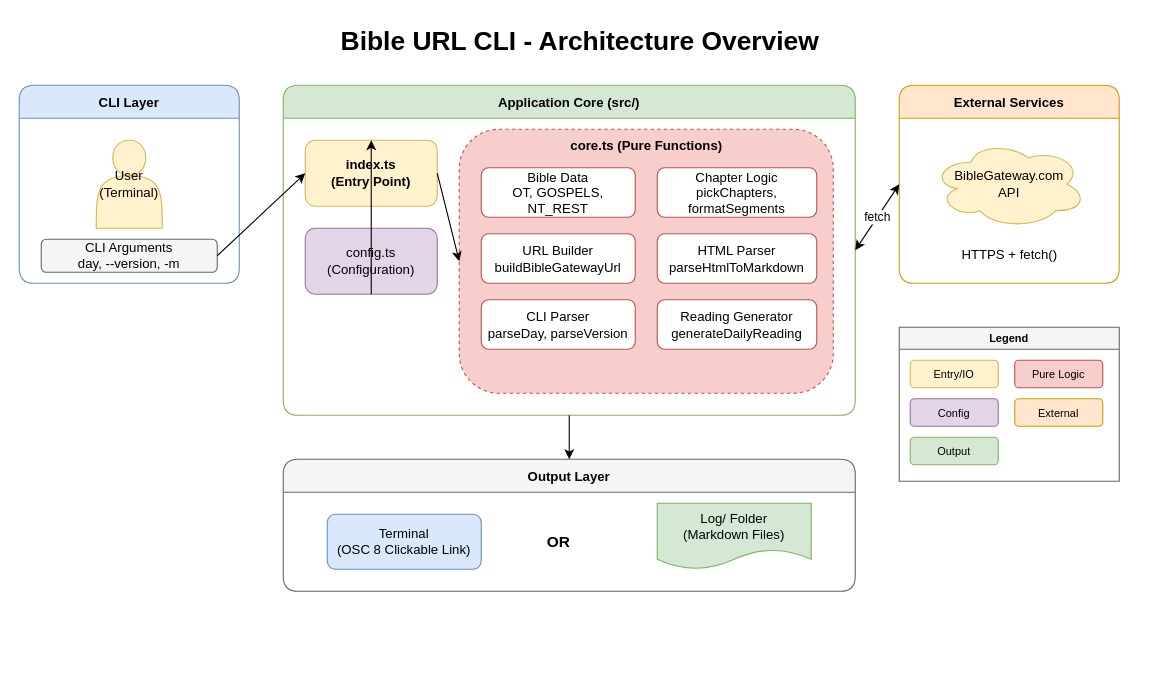
The draw.io diagram docs/architecture-overview.drawio in AshwinJGitHub/bible-url-cli, before the edit. Source tidied: cells renumbered, new cells numbered last; positions are measured from the earlier drawing's top-left corner, leaving out a move shared by most shapes. Both pictures are drawn from the tidied source at 110%, with x=0, y=0 at pixel (19, 19).
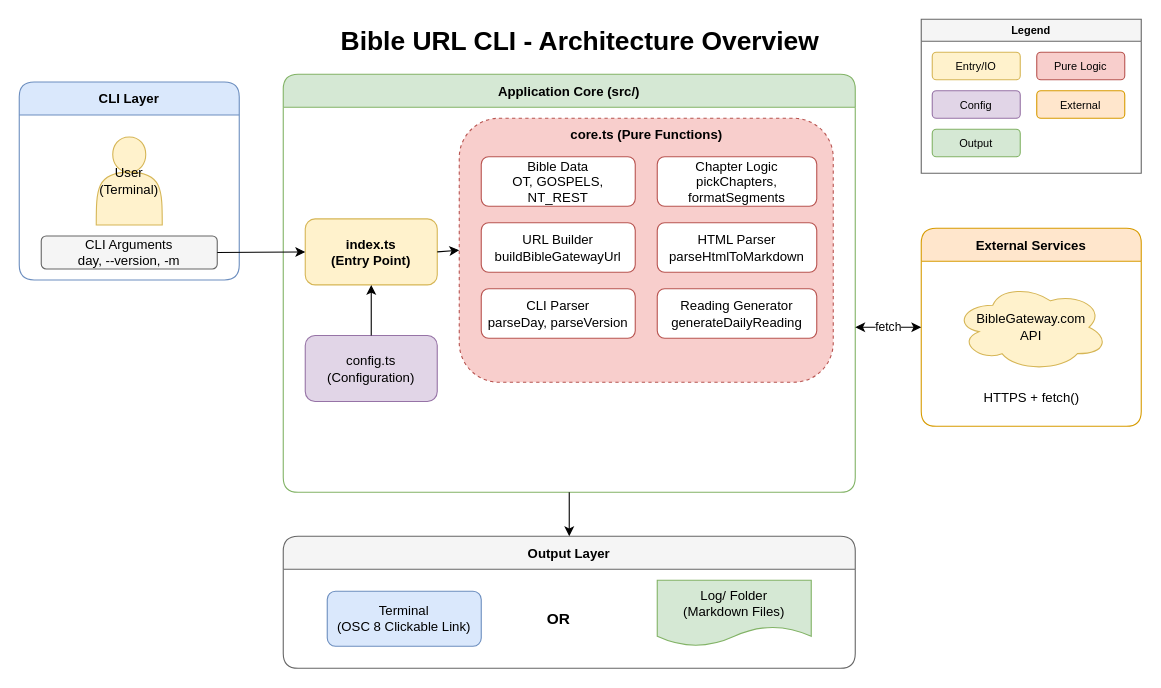
Above is the later version.

The edit, as a diff of the source:
```diff
@@
     <mxCell id="3" value="CLI Layer" style="swimlane;horizontal=1;startSize=30;fillColor=#dae8fc;strokeColor=#6c8ebf;rounded=1;" parent="1" vertex="1">
-      <mxGeometry y="60" width="200" height="180" as="geometry" />
+      <mxGeometry y="57" width="200" height="180" as="geometry" />
     </mxCell>
@@
     <mxCell id="6" value="Application Core (src/)" style="swimlane;horizontal=1;startSize=30;fillColor=#d5e8d4;strokeColor=#82b366;rounded=1;" parent="1" vertex="1">
-      <mxGeometry x="240" y="60" width="520" height="300" as="geometry" />
+      <mxGeometry x="240" y="50" width="520" height="380" as="geometry" />
     </mxCell>
     <mxCell id="7" value="index.ts&#10;(Entry Point)" style="rounded=1;whiteSpace=wrap;html=1;fillColor=#fff2cc;strokeColor=#d6b656;fontStyle=1;" parent="6" vertex="1">
-      <mxGeometry x="20" y="50" width="120" height="60" as="geometry" />
+      <mxGeometry x="20" y="131.5" width="120" height="60" as="geometry" />
     </mxCell>
     <mxCell id="8" value="config.ts&#10;(Configuration)" style="rounded=1;whiteSpace=wrap;html=1;fillColor=#e1d5e7;strokeColor=#9673a6;" parent="6" vertex="1">
-      <mxGeometry x="20" y="130" width="120" height="60" as="geometry" />
+      <mxGeometry x="20" y="237.5" width="120" height="60" as="geometry" />
     </mxCell>
@@
+    <mxCell id="26" style="endArrow=classic;html=1;exitX=0.5;exitY=0;exitDx=0;exitDy=0;entryX=0.5;entryY=1;entryDx=0;entryDy=0;" parent="6" edge="1" source="8" target="7">
+      <mxGeometry relative="1" as="geometry" />
+    </mxCell>
     <mxCell id="17" value="External Services" style="swimlane;horizontal=1;startSize=30;fillColor=#ffe6cc;strokeColor=#d79b00;rounded=1;" parent="1" vertex="1">
-      <mxGeometry x="800" y="60" width="200" height="180" as="geometry" />
+      <mxGeometry x="820" y="190" width="200" height="180" as="geometry" />
     </mxCell>
@@
     <mxCell id="20" value="Output Layer" style="swimlane;horizontal=1;startSize=30;fillColor=#f5f5f5;strokeColor=#666666;rounded=1;" parent="1" vertex="1">
-      <mxGeometry x="240" y="400" width="520" height="120" as="geometry" />
+      <mxGeometry x="240" y="470" width="520" height="120" as="geometry" />
     </mxCell>
@@
-    <mxCell id="26" style="endArrow=classic;html=1;exitX=0.5;exitY=1;entryX=0.5;entryY=0;" parent="1" edge="1" source="8" target="7">
-      <mxGeometry relative="1" as="geometry" />
-    </mxCell>
-    <mxCell id="27" value="fetch" style="endArrow=classic;startArrow=classic;html=1;exitX=1;exitY=0.5;entryX=0;entryY=0.5;" parent="1" edge="1">
+    <mxCell id="27" value="fetch" style="endArrow=classic;startArrow=classic;html=1;exitX=1;exitY=0.5;entryX=0;entryY=0.5;entryDx=0;entryDy=0;" parent="1" edge="1" target="17">
       <mxGeometry relative="1" as="geometry">
-        <mxPoint x="760" y="210" as="sourcePoint" />
-        <mxPoint x="800" y="150" as="targetPoint" />
+        <mxPoint x="760" y="280" as="sourcePoint" />
       </mxGeometry>
     </mxCell>
     <mxCell id="28" style="endArrow=classic;html=1;exitX=0.5;exitY=1;entryX=0.5;entryY=0;" parent="1" edge="1">
       <mxGeometry relative="1" as="geometry">
-        <mxPoint x="500" y="360" as="sourcePoint" />
-        <mxPoint x="500" y="400" as="targetPoint" />
+        <mxPoint x="500" y="430" as="sourcePoint" />
+        <mxPoint x="500" y="470" as="targetPoint" />
       </mxGeometry>
     </mxCell>
     <mxCell id="29" value="Legend" style="swimlane;horizontal=1;startSize=20;fillColor=#f5f5f5;strokeColor=#666666;fontSize=10;" parent="1" vertex="1">
-      <mxGeometry x="800" y="280" width="200" height="140" as="geometry" />
+      <mxGeometry x="820" width="200" height="140" as="geometry" />
     </mxCell>
```
